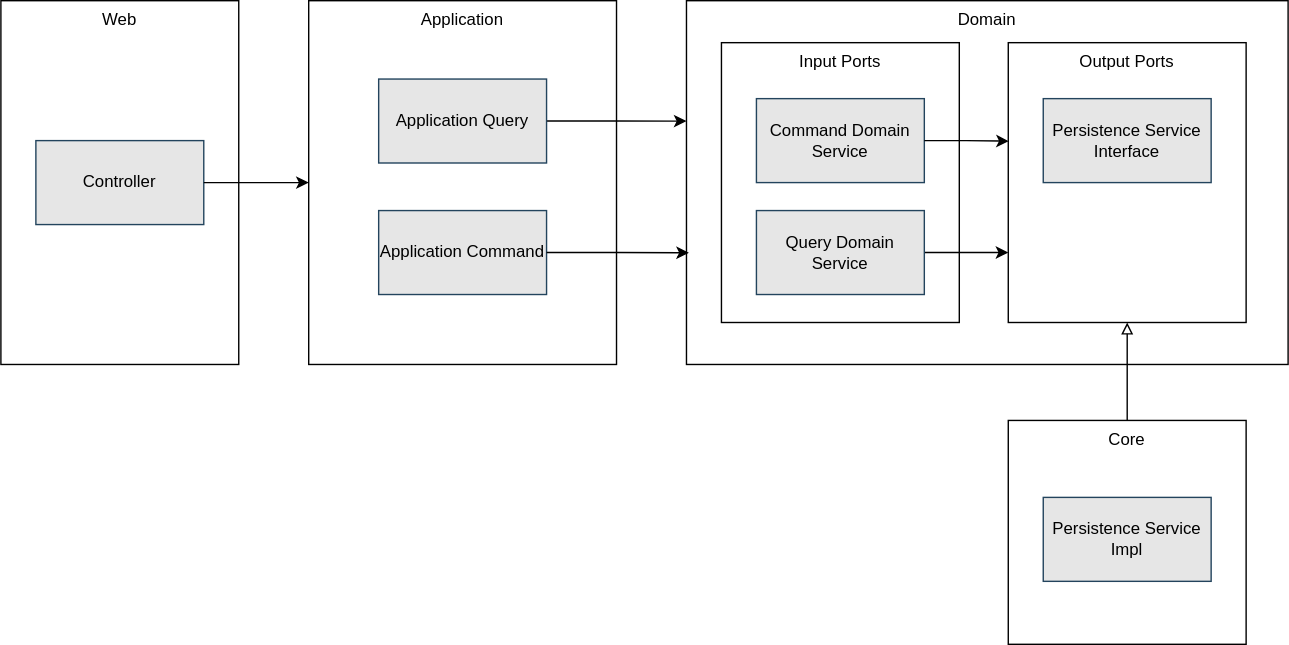
Earlier version of the draw.io export docs/src/main/asciidoc/pages/application/component_interactions.drawio.svg (bitsmi-blog/springboot-showcase). Source tidied: cells renumbered, new cells last; positions are measured from the earlier drawing's top-left corner, leaving out a move shared by most shapes.
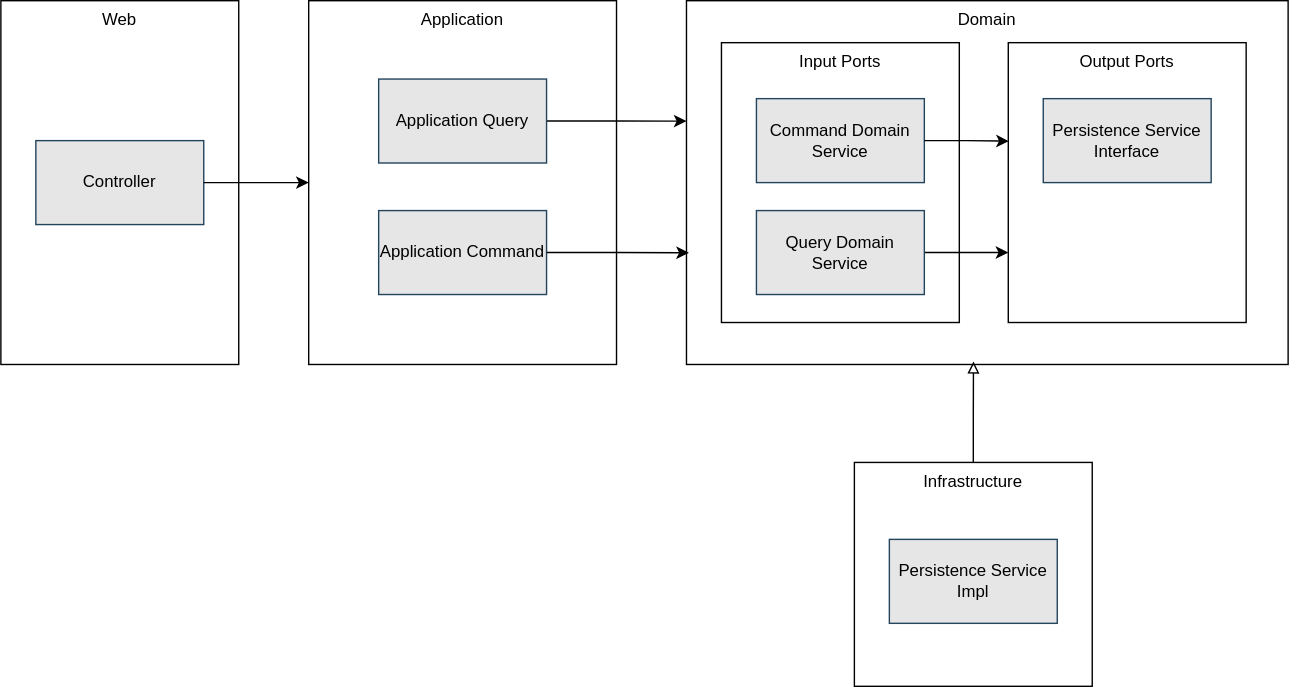
The same file after the commit.

The edit, as a diff of the source:
```diff
@@ -50,13 +50,13 @@
     <mxCell id="17" style="edgeStyle=orthogonalEdgeStyle;rounded=0;jettySize=auto;html=1;exitX=1;exitY=0.5;exitDx=0;exitDy=0;entryX=0.002;entryY=0.352;entryDx=0;entryDy=0;entryPerimeter=0;" parent="1" edge="1" source="11" target="14">
       <mxGeometry relative="1" as="geometry" />
     </mxCell>
-    <mxCell id="18" value="Core" style="rounded=0;whiteSpace=wrap;html=1;verticalAlign=top;" parent="1" vertex="1">
-      <mxGeometry x="720" y="300" width="170" height="160" as="geometry" />
+    <mxCell id="18" value="Infrastructure" style="rounded=0;whiteSpace=wrap;html=1;verticalAlign=top;" parent="1" vertex="1">
+      <mxGeometry x="610" y="330" width="170" height="160" as="geometry" />
     </mxCell>
     <mxCell id="19" value="Persistence Service Impl" style="rounded=0;whiteSpace=wrap;html=1;fillColor=#E6E6E6;strokeColor=#23445d;" parent="1" vertex="1">
-      <mxGeometry x="745" y="355" width="120" height="60" as="geometry" />
+      <mxGeometry x="635" y="385" width="120" height="60" as="geometry" />
     </mxCell>
-    <mxCell id="20" style="edgeStyle=orthogonalEdgeStyle;rounded=0;jettySize=auto;html=1;exitX=0.5;exitY=0;exitDx=0;exitDy=0;entryX=0.5;entryY=1;entryDx=0;entryDy=0;endArrow=block;endFill=0;" parent="1" edge="1" source="18" target="14">
+    <mxCell id="20" style="edgeStyle=orthogonalEdgeStyle;rounded=0;jettySize=auto;html=1;exitX=0.5;exitY=0;exitDx=0;exitDy=0;entryX=0.477;entryY=0.992;entryDx=0;entryDy=0;entryPerimeter=0;endArrow=block;endFill=0;" parent="1" edge="1" source="18" target="9">
       <mxGeometry relative="1" as="geometry" />
     </mxCell>
   </root>
```
